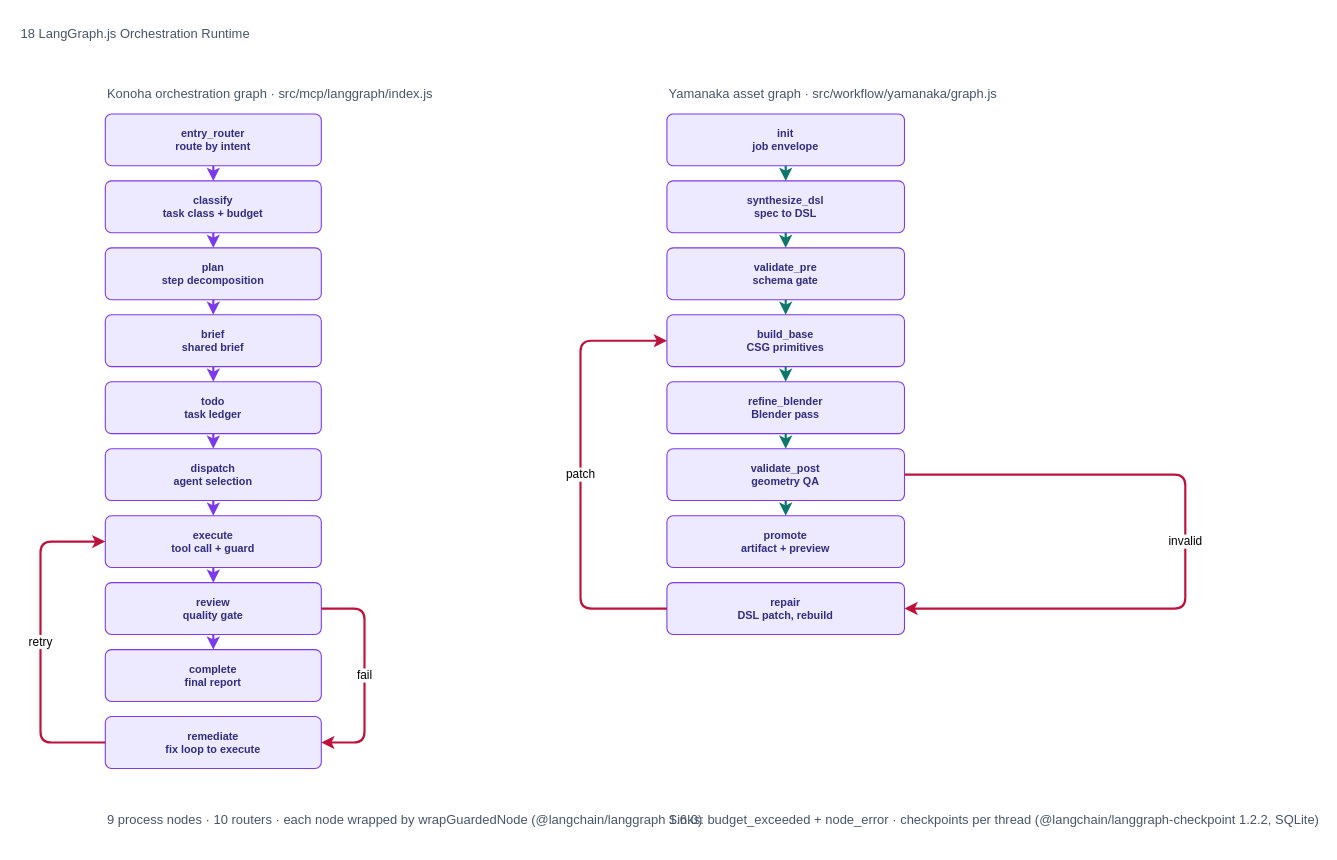
The draw.io diagram page "18 LangGraph.js Orchestration Runtime" (18 of 18) of docs/diagrams/konoha-architecture.drawio in andycungkrinx91/konoha, before the edit. Source tidied: cells renumbered, new cells numbered last; positions are measured from the earlier drawing's top-left corner, leaving out a move shared by most shapes. Both pictures are drawn from the tidied source at 108%, with x=0, y=0 at pixel (18, 18).
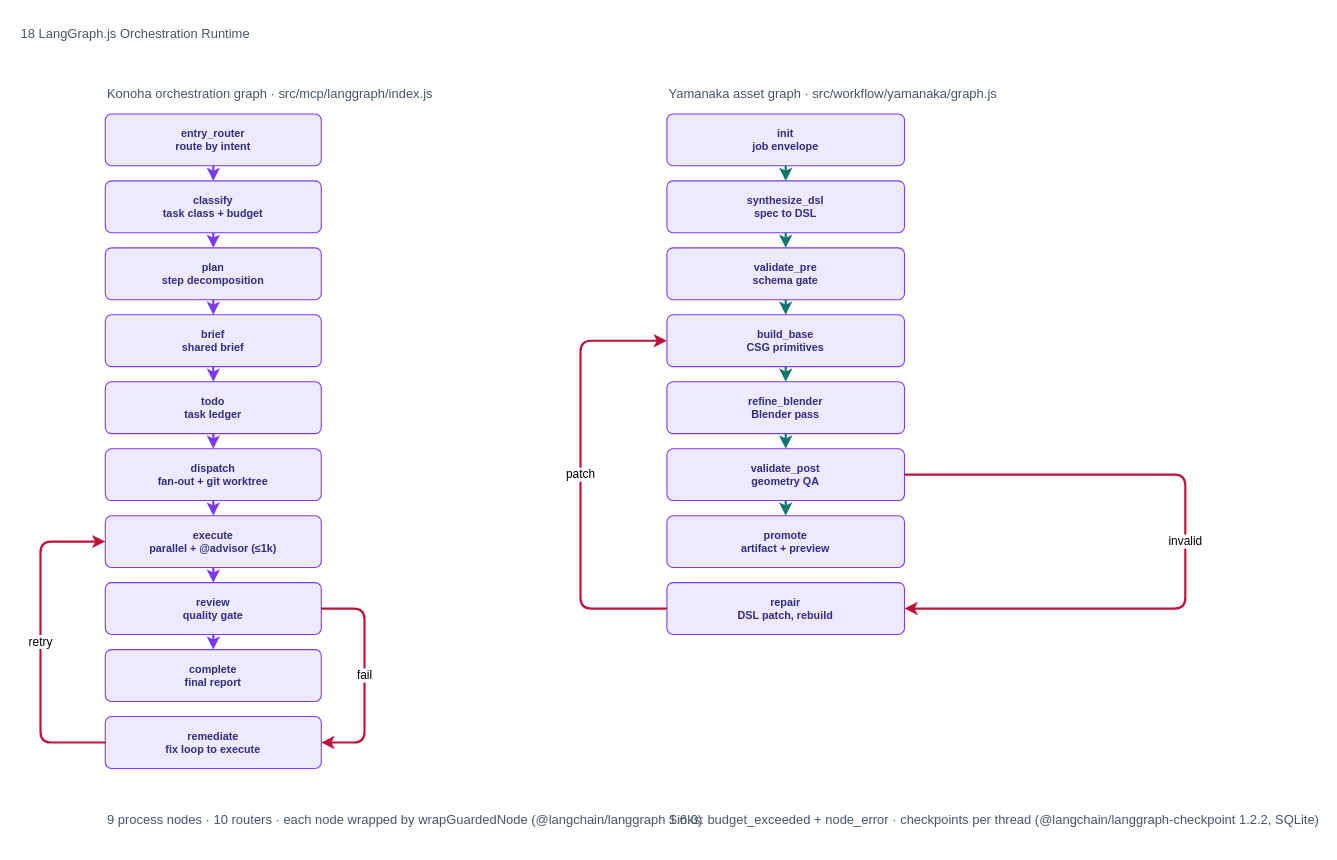
Above is the later version.

Change to the diagram source:
```diff
@@
-    <mxCell id="10" value="dispatch&#10;agent selection" style="rounded=1;whiteSpace=wrap;html=1;arcSize=12;fontSize=10;fontStyle=1;fillColor=#ede9fe;strokeColor=#7c3aed;fontColor=#312e81;agent=sannin;" parent="1" vertex="1">
+    <mxCell id="10" value="dispatch&#10;fan-out + git worktree" style="rounded=1;whiteSpace=wrap;html=1;arcSize=12;fontSize=10;fontStyle=1;fillColor=#ede9fe;strokeColor=#7c3aed;fontColor=#312e81;agent=sannin;" parent="1" vertex="1">
       <mxGeometry x="80" y="398" width="200" height="48" as="geometry" />
     </mxCell>
-    <mxCell id="11" value="execute&#10;tool call + guard" style="rounded=1;whiteSpace=wrap;html=1;arcSize=12;fontSize=10;fontStyle=1;fillColor=#ede9fe;strokeColor=#7c3aed;fontColor=#312e81;agent=sannin;" parent="1" vertex="1">
+    <mxCell id="11" value="execute&#10;parallel + @advisor (≤1k)" style="rounded=1;whiteSpace=wrap;html=1;arcSize=12;fontSize=10;fontStyle=1;fillColor=#ede9fe;strokeColor=#7c3aed;fontColor=#312e81;agent=sannin;" parent="1" vertex="1">
       <mxGeometry x="80" y="460" width="200" height="48" as="geometry" />
     </mxCell>
```
